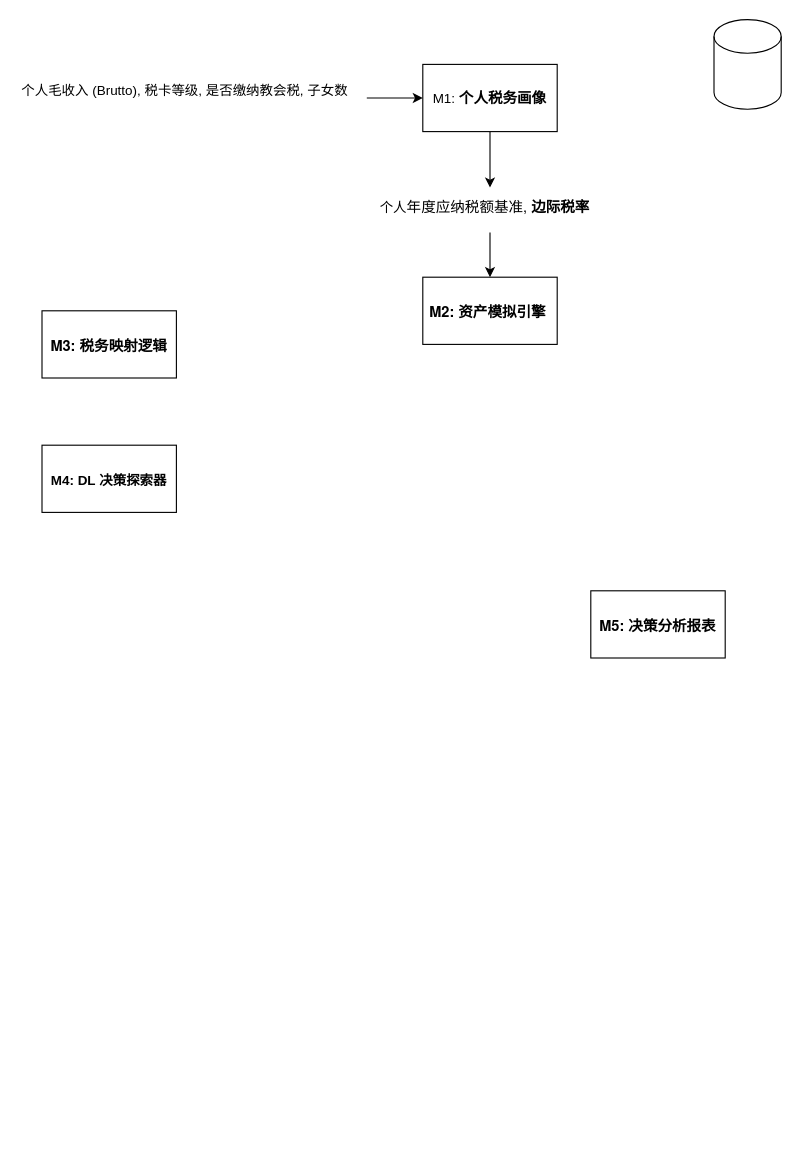
Before: taxable Investment Intelligent.drawio in ElizabethC0926/IS365, a draw.io diagram. Source tidied: cells renumbered, new cells numbered last; positions are measured from the earlier drawing's top-left corner, leaving out a move shared by most shapes. Both pictures are drawn from the tidied source at 112%, with x=0, y=0 at pixel (19, 19).
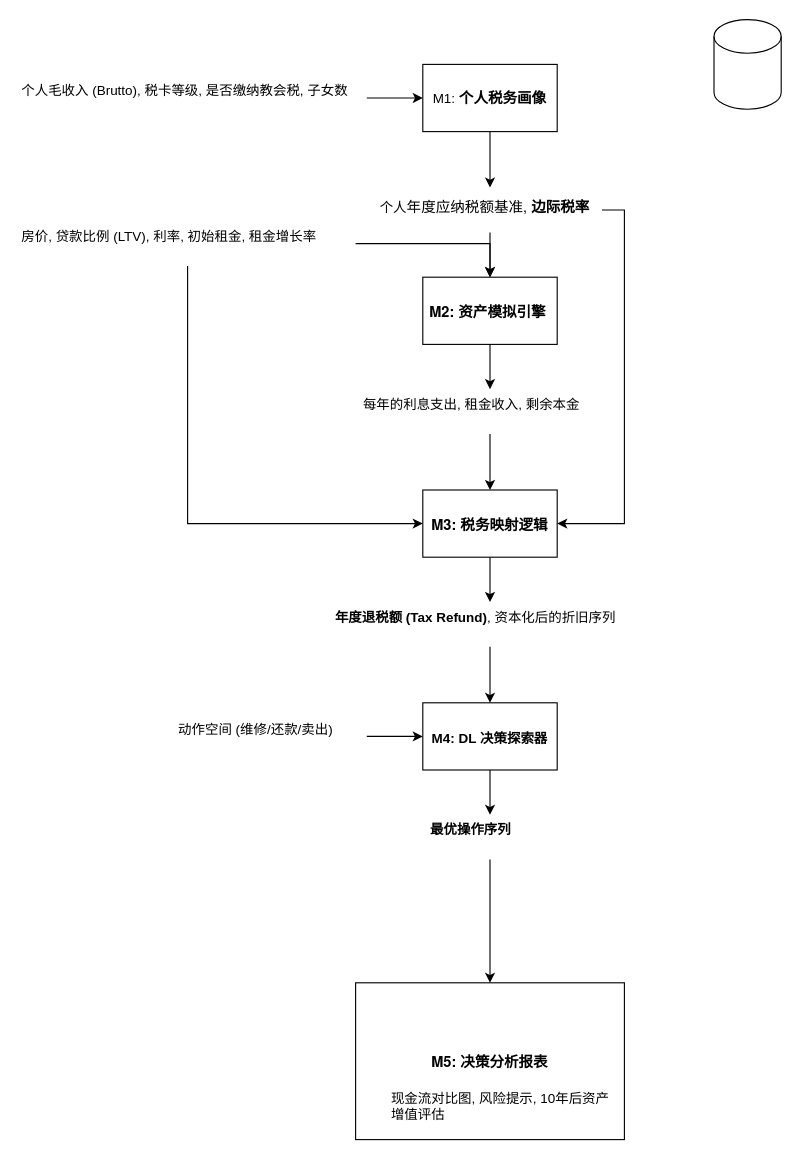
The same diagram, later.

The change refers to these unchanged cells:
```xml
<mxCell id="4" value="&lt;p class=&quot;p1&quot; style=&quot;margin: 0px; font-variant-numeric: normal; font-variant-east-asian: normal; font-variant-alternates: normal; font-size-adjust: none; font-language-override: normal; font-kerning: auto; font-optical-sizing: auto; font-feature-settings: normal; font-variation-settings: normal; font-variant-position: normal; font-variant-emoji: normal; font-stretch: normal; font-size: 13px; line-height: normal; text-align: start;&quot;&gt;&lt;span class=&quot;s1&quot; style=&quot;font-variant-numeric: normal; font-variant-east-asian: normal; font-variant-alternates: normal; font-size-adjust: none; font-language-override: normal; font-kerning: auto; font-optical-sizing: auto; font-feature-settings: normal; font-variation-settings: normal; font-variant-position: normal; font-variant-emoji: normal; font-stretch: normal; line-height: normal; font-family: &amp;quot;Helvetica Neue&amp;quot;;&quot;&gt;&lt;b&gt;M2: &lt;/b&gt;&lt;/span&gt;&lt;b&gt;资产模拟引擎&lt;/b&gt;&lt;span class=&quot;s1&quot; style=&quot;font-variant-numeric: normal; font-variant-east-asian: normal; font-variant-alternates: normal; font-size-adjust: none; font-language-override: normal; font-kerning: auto; font-optical-sizing: auto; font-feature-settings: normal; font-variation-settings: normal; font-variant-position: normal; font-variant-emoji: normal; font-stretch: normal; line-height: normal; font-family: &amp;quot;Helvetica Neue&amp;quot;;&quot;&gt;&lt;b&gt;&amp;nbsp;&lt;/b&gt;&lt;/span&gt;&lt;/p&gt;" style="rounded=0;whiteSpace=wrap;html=1;" parent="1" vertex="1">
  <mxGeometry x="360" y="230" width="120" height="60" as="geometry" />
</mxCell>
<mxCell id="12" value="个人&lt;span style=&quot;font-family: &amp;quot;PingFang SC&amp;quot;; font-size: 13px; background-color: transparent; color: light-dark(rgb(0, 0, 0), rgb(255, 255, 255));&quot;&gt;年度应纳税额基准&lt;/span&gt;&lt;span class=&quot;s1&quot; style=&quot;font-size: 13px; background-color: transparent; color: light-dark(rgb(0, 0, 0), rgb(255, 255, 255)); font-variant-numeric: normal; font-variant-east-asian: normal; font-variant-alternates: normal; font-size-adjust: none; font-language-override: normal; font-kerning: auto; font-optical-sizing: auto; font-feature-settings: normal; font-variation-settings: normal; font-variant-position: normal; font-variant-emoji: normal; font-stretch: normal; line-height: normal; font-family: &amp;quot;Helvetica Neue&amp;quot;;&quot;&gt;, &lt;/span&gt;&lt;span class=&quot;s2&quot; style=&quot;font-size: 13px; background-color: transparent; color: light-dark(rgb(0, 0, 0), rgb(255, 255, 255)); font-variant-numeric: normal; font-variant-east-asian: normal; font-variant-alternates: normal; font-size-adjust: none; font-language-override: normal; font-kerning: auto; font-optical-sizing: auto; font-feature-settings: normal; font-variation-settings: normal; font-variant-position: normal; font-variant-emoji: normal; font-stretch: normal; line-height: normal;&quot;&gt;&lt;b&gt;边际税率&lt;/b&gt;&lt;/span&gt;&lt;span class=&quot;s1&quot; style=&quot;font-size: 13px; background-color: transparent; color: light-dark(rgb(0, 0, 0), rgb(255, 255, 255)); font-variant-numeric: normal; font-variant-east-asian: normal; font-variant-alternates: normal; font-size-adjust: none; font-language-override: normal; font-kerning: auto; font-optical-sizing: auto; font-feature-settings: normal; font-variation-settings: normal; font-variant-position: normal; font-variant-emoji: normal; font-stretch: normal; line-height: normal; font-family: &amp;quot;Helvetica Neue&amp;quot;;&quot;&gt;&lt;b&gt;&amp;nbsp;&lt;/b&gt;&lt;/span&gt;" style="text;whiteSpace=wrap;html=1;" parent="1" vertex="1">
  <mxGeometry x="320" y="150" width="200" height="40" as="geometry" />
</mxCell>
```

What changed in the source:
```diff
@@
+    <mxCell id="13" style="edgeStyle=orthogonalEdgeStyle;rounded=0;jettySize=auto;html=1;" parent="1" edge="1" source="4" target="21">
+      <mxGeometry relative="1" as="geometry" />
+    </mxCell>
@@
+    <mxCell id="14" style="edgeStyle=orthogonalEdgeStyle;rounded=0;jettySize=auto;html=1;" parent="1" edge="1" source="5" target="23">
+      <mxGeometry relative="1" as="geometry" />
+    </mxCell>
     <mxCell id="5" value="&lt;p class=&quot;p1&quot; style=&quot;margin: 0px; font-variant-numeric: normal; font-variant-east-asian: normal; font-variant-alternates: normal; font-size-adjust: none; font-language-override: normal; font-kerning: auto; font-optical-sizing: auto; font-feature-settings: normal; font-variation-settings: normal; font-variant-position: normal; font-variant-emoji: normal; font-stretch: normal; font-size: 13px; line-height: normal; text-align: start;&quot;&gt;&lt;span class=&quot;s1&quot; style=&quot;font-variant-numeric: normal; font-variant-east-asian: normal; font-variant-alternates: normal; font-size-adjust: none; font-language-override: normal; font-kerning: auto; font-optical-sizing: auto; font-feature-settings: normal; font-variation-settings: normal; font-variant-position: normal; font-variant-emoji: normal; font-stretch: normal; line-height: normal; font-family: &amp;quot;Helvetica Neue&amp;quot;;&quot;&gt;&lt;b&gt;M3: &lt;/b&gt;&lt;/span&gt;&lt;b&gt;税务映射逻辑&lt;/b&gt;&lt;/p&gt;" style="rounded=0;whiteSpace=wrap;html=1;" parent="1" vertex="1">
-      <mxGeometry x="20" y="260" width="120" height="60" as="geometry" />
+      <mxGeometry x="360" y="420" width="120" height="60" as="geometry" />
     </mxCell>
+    <mxCell id="15" style="edgeStyle=orthogonalEdgeStyle;rounded=0;jettySize=auto;html=1;" parent="1" edge="1" source="6" target="27">
+      <mxGeometry relative="1" as="geometry" />
+    </mxCell>
     <mxCell id="6" value="&lt;p class=&quot;p1&quot; style=&quot;margin: 0px; font-variant-numeric: normal; font-variant-east-asian: normal; font-variant-alternates: normal; font-size-adjust: none; font-language-override: normal; font-kerning: auto; font-optical-sizing: auto; font-feature-settings: normal; font-variation-settings: normal; font-variant-position: normal; font-variant-emoji: normal; font-stretch: normal; font-size: 13px; line-height: normal; text-align: start;&quot;&gt;&lt;b style=&quot;font-size: 12px;&quot;&gt;M4: DL&amp;nbsp;&lt;/b&gt;&lt;span class=&quot;s1&quot; style=&quot;font-size: 12px;&quot;&gt;&lt;b&gt;决策探索器&lt;/b&gt;&lt;/span&gt;&lt;/p&gt;" style="rounded=0;whiteSpace=wrap;html=1;" parent="1" vertex="1">
-      <mxGeometry x="20" y="380" width="120" height="60" as="geometry" />
+      <mxGeometry x="360" y="610" width="120" height="60" as="geometry" />
     </mxCell>
     <mxCell id="7" value="&lt;p class=&quot;p1&quot; style=&quot;margin: 0px; font-variant-numeric: normal; font-variant-east-asian: normal; font-variant-alternates: normal; font-size-adjust: none; font-language-override: normal; font-kerning: auto; font-optical-sizing: auto; font-feature-settings: normal; font-variation-settings: normal; font-variant-position: normal; font-variant-emoji: normal; font-stretch: normal; font-size: 13px; line-height: normal; text-align: start;&quot;&gt;&lt;span class=&quot;s1&quot; style=&quot;font-variant-numeric: normal; font-variant-east-asian: normal; font-variant-alternates: normal; font-size-adjust: none; font-language-override: normal; font-kerning: auto; font-optical-sizing: auto; font-feature-settings: normal; font-variation-settings: normal; font-variant-position: normal; font-variant-emoji: normal; font-stretch: normal; line-height: normal; font-family: &amp;quot;Helvetica Neue&amp;quot;;&quot;&gt;&lt;b&gt;M5: &lt;/b&gt;&lt;/span&gt;&lt;b&gt;决策分析报表&lt;/b&gt;&lt;/p&gt;" style="rounded=0;whiteSpace=wrap;html=1;" parent="1" vertex="1">
-      <mxGeometry x="510" y="510" width="120" height="60" as="geometry" />
+      <mxGeometry x="300" y="860" width="240" height="140" as="geometry" />
     </mxCell>
@@
+    <mxCell id="16" style="edgeStyle=orthogonalEdgeStyle;rounded=0;jettySize=auto;html=1;exitX=1;exitY=0.5;exitDx=0;exitDy=0;entryX=1;entryY=0.5;entryDx=0;entryDy=0;" parent="1" edge="1" source="12" target="5">
+      <mxGeometry relative="1" as="geometry" />
+    </mxCell>
@@
+    <mxCell id="17" style="edgeStyle=orthogonalEdgeStyle;rounded=0;jettySize=auto;html=1;" parent="1" edge="1" source="19" target="4">
+      <mxGeometry relative="1" as="geometry" />
+    </mxCell>
+    <mxCell id="18" style="edgeStyle=orthogonalEdgeStyle;rounded=0;jettySize=auto;html=1;exitX=0.5;exitY=1;exitDx=0;exitDy=0;entryX=0;entryY=0.5;entryDx=0;entryDy=0;" parent="1" edge="1" source="19" target="5">
+      <mxGeometry relative="1" as="geometry" />
+    </mxCell>
+    <mxCell id="19" value="房价&lt;span class=&quot;s1&quot;&gt;, &lt;/span&gt;贷款比例&lt;span class=&quot;s1&quot;&gt; (LTV), &lt;/span&gt;利率&lt;span class=&quot;s1&quot;&gt;, &lt;/span&gt;初始租金&lt;span class=&quot;s1&quot;&gt;, &lt;/span&gt;租金增长率" style="text;whiteSpace=wrap;html=1;" parent="1" vertex="1">
+      <mxGeometry y="180" width="300" height="40" as="geometry" />
+    </mxCell>
+    <mxCell id="20" style="edgeStyle=orthogonalEdgeStyle;rounded=0;jettySize=auto;html=1;" parent="1" edge="1" source="21" target="5">
+      <mxGeometry relative="1" as="geometry" />
+    </mxCell>
+    <mxCell id="21" value="每年的利息支出&lt;span class=&quot;s1&quot;&gt;, &lt;/span&gt;租金收入&lt;span class=&quot;s1&quot;&gt;, &lt;/span&gt;剩余本金" style="text;whiteSpace=wrap;html=1;" parent="1" vertex="1">
+      <mxGeometry x="305" y="330" width="230" height="40" as="geometry" />
+    </mxCell>
+    <mxCell id="22" style="edgeStyle=orthogonalEdgeStyle;rounded=0;jettySize=auto;html=1;" parent="1" edge="1" source="23" target="6">
+      <mxGeometry relative="1" as="geometry" />
+    </mxCell>
+    <mxCell id="23" value="&lt;span class=&quot;s1&quot;&gt;&lt;b&gt;年度退税额&lt;/b&gt;&lt;/span&gt;&lt;b&gt; (Tax Refund)&lt;/b&gt;, &lt;span class=&quot;s2&quot;&gt;资本化后的折旧序列&lt;/span&gt;" style="text;whiteSpace=wrap;html=1;" parent="1" vertex="1">
+      <mxGeometry x="280" y="520" width="280" height="40" as="geometry" />
+    </mxCell>
+    <mxCell id="24" style="edgeStyle=orthogonalEdgeStyle;rounded=0;jettySize=auto;html=1;" parent="1" edge="1" source="25" target="6">
+      <mxGeometry relative="1" as="geometry" />
+    </mxCell>
+    <mxCell id="25" value="动作空间&lt;span class=&quot;s1&quot;&gt; (&lt;/span&gt;维修&lt;span class=&quot;s1&quot;&gt;/&lt;/span&gt;还款&lt;span class=&quot;s1&quot;&gt;/&lt;/span&gt;卖出&lt;span class=&quot;s1&quot;&gt;)&lt;/span&gt;" style="text;whiteSpace=wrap;html=1;" parent="1" vertex="1">
+      <mxGeometry x="140" y="620" width="170" height="40" as="geometry" />
+    </mxCell>
+    <mxCell id="26" style="edgeStyle=orthogonalEdgeStyle;rounded=0;jettySize=auto;html=1;" parent="1" edge="1" source="27" target="7">
+      <mxGeometry relative="1" as="geometry" />
+    </mxCell>
+    <mxCell id="27" value="&lt;b&gt;最优操作序列&lt;/b&gt;" style="text;whiteSpace=wrap;html=1;" parent="1" vertex="1">
+      <mxGeometry x="365" y="710" width="110" height="40" as="geometry" />
+    </mxCell>
+    <mxCell id="28" value="现金流对比图&lt;span class=&quot;s1&quot;&gt;, &lt;/span&gt;风险提示&lt;span class=&quot;s1&quot;&gt;, 10&lt;/span&gt;年后资产增值评估" style="text;whiteSpace=wrap;html=1;" parent="1" vertex="1">
+      <mxGeometry x="330" y="950" width="200" height="40" as="geometry" />
+    </mxCell>
```
